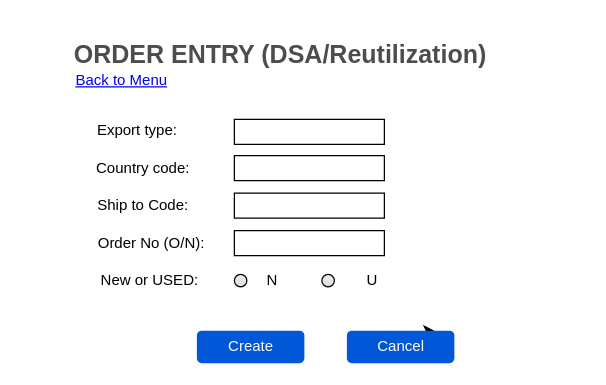
Above: page "Page-5" (5 of 6) of Untitled Diagram.drawio in sdevipriya/VirtualTrainingOct12-Config (draw.io), before the change. Source tidied: cells renumbered, new cells numbered last; positions are measured from the earlier drawing's top-left corner, leaving out a move shared by most shapes. Both pictures are drawn from the tidied source at 125%, with x=0, y=0 at pixel (21, 42).
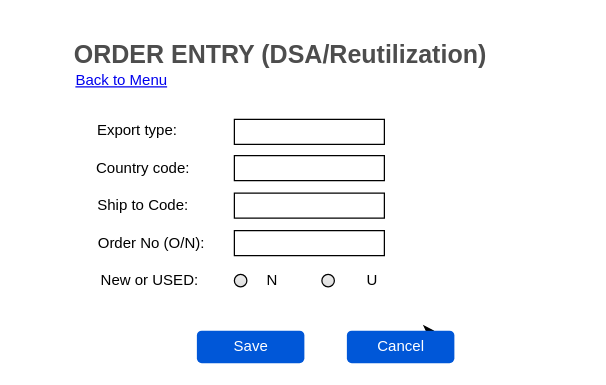
The same diagram, later.

The edit, as a diff of the source:
```diff
@@
-    <mxCell id="6" value="Create" style="rounded=1;fillColor=#0057D8;align=center;strokeColor=none;html=1;fontColor=#ffffff;fontSize=12;" parent="1" vertex="1">
+    <mxCell id="6" value="Save" style="rounded=1;fillColor=#0057D8;align=center;strokeColor=none;html=1;fontColor=#ffffff;fontSize=12;" parent="1" vertex="1">
       <mxGeometry x="140" y="230" width="86" height="26" as="geometry" />
     </mxCell>
```
